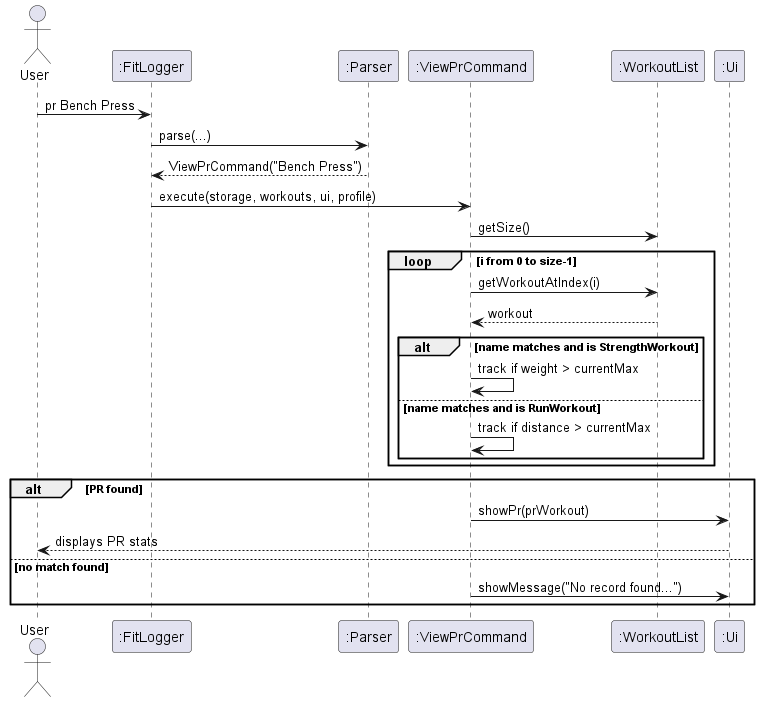
Daniel-czj/tp keeps this PlantUML diagram as docs/images/ViewPrSequenceDiagram.png. Above is the earlier version.
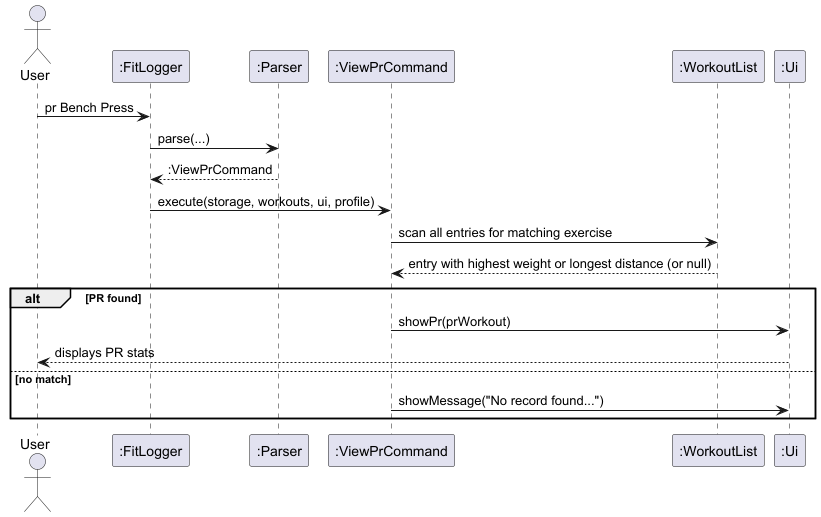
After the commit.

Commit message:
Fix sequence diagram feedback: simplify nesting and fix toFileFormat() caller

The edit, as a diff of the source:
```diff
@@ -8,22 +8,14 @@
 
 User -> FL : pr Bench Press
 FL -> P : parse(...)
-P --> FL : ViewPrCommand("Bench Press")
+P --> FL : :ViewPrCommand
 FL -> CMD : execute(storage, workouts, ui, profile)
-CMD -> WL : getSize()
-loop i from 0 to size-1
-    CMD -> WL : getWorkoutAtIndex(i)
-    WL --> CMD : workout
-    alt name matches and is StrengthWorkout
-        CMD -> CMD : track if weight > currentMax
-    else name matches and is RunWorkout
-        CMD -> CMD : track if distance > currentMax
-    end
-end
+CMD -> WL : scan all entries for matching exercise
+WL --> CMD : entry with highest weight or longest distance (or null)
 alt PR found
     CMD -> UI : showPr(prWorkout)
     UI --> User : displays PR stats
-else no match found
+else no match
     CMD -> UI : showMessage("No record found...")
 end
 @enduml
```
